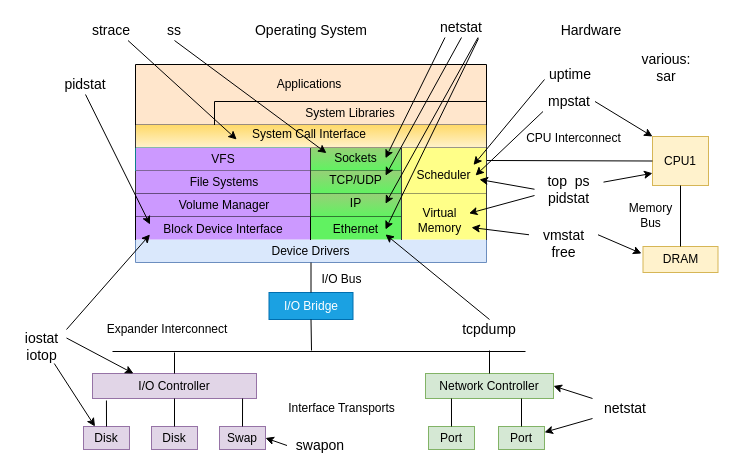
The draw.io diagram operating-system-tool1.drawio in aleonly/drawio, before the edit. Source tidied: cells renumbered, new cells numbered last; positions are measured from the earlier drawing's top-left corner, leaving out a move shared by most shapes. Both pictures are drawn from the tidied source at 100%, with x=0, y=0 at pixel (17, 17).
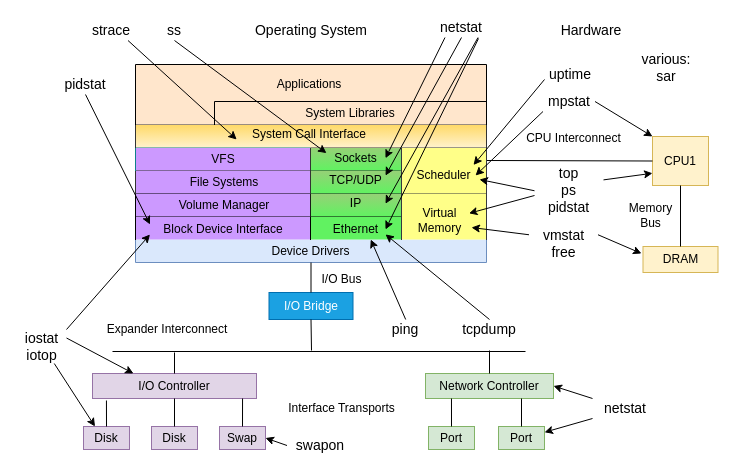
The same diagram, later.

The change refers to these unchanged cells:
```xml
<mxCell id="56" value="Ethernet" style="text;html=1;strokeColor=none;fillColor=none;align=center;verticalAlign=middle;whiteSpace=wrap;rounded=0;" parent="1" vertex="1">
  <mxGeometry x="309" y="201.5" width="59" height="20.5" as="geometry" />
</mxCell>
```

What changed in the source:
```diff
@@
-    <mxCell id="62" value="&lt;font style=&quot;font-size: 14px&quot;&gt;top&amp;nbsp; ps&lt;br&gt;pidstat&lt;br&gt;&lt;/font&gt;" style="text;html=1;strokeColor=none;fillColor=none;align=center;verticalAlign=middle;whiteSpace=wrap;rounded=0;fontColor=#000000;" parent="1" vertex="1">
-      <mxGeometry x="517" y="157.5" width="69" height="28.5" as="geometry" />
+    <mxCell id="62" value="&lt;font style=&quot;font-size: 14px&quot;&gt;top&lt;br&gt;ps&lt;br&gt;pidstat&lt;br&gt;&lt;/font&gt;" style="text;html=1;strokeColor=none;fillColor=none;align=center;verticalAlign=middle;whiteSpace=wrap;rounded=0;fontColor=#000000;" parent="1" vertex="1">
+      <mxGeometry x="517" y="151.5" width="69" height="43.5" as="geometry" />
     </mxCell>
@@
+    <mxCell id="95" value="&lt;font style=&quot;font-size: 14px&quot;&gt;ping&lt;/font&gt;" style="text;html=1;strokeColor=none;fillColor=none;align=center;verticalAlign=middle;whiteSpace=wrap;rounded=0;fontColor=#000000;" parent="1" vertex="1">
+      <mxGeometry x="355.2" y="302" width="66" height="20" as="geometry" />
+    </mxCell>
+    <mxCell id="96" style="endArrow=classic;html=1;exitX=0.5;exitY=0;exitDx=0;exitDy=0;entryX=0.75;entryY=1;entryDx=0;entryDy=0;" parent="1" edge="1" source="95" target="56">
+      <mxGeometry relative="1" as="geometry" />
+    </mxCell>
```
